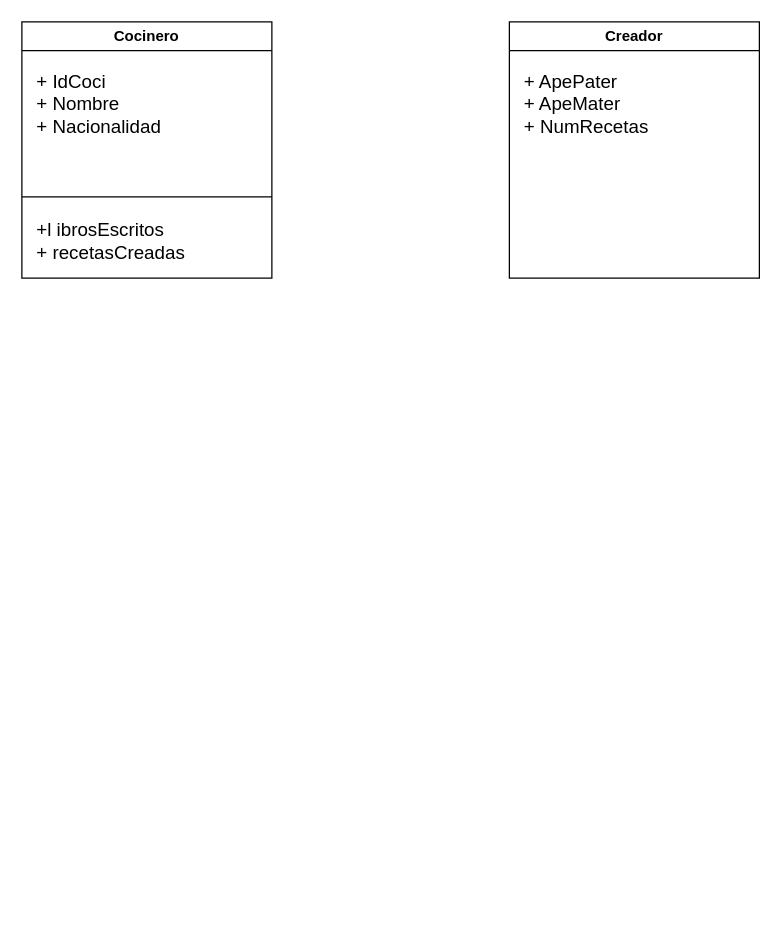
Before: Diagrama sin título.drawio in CristianCenxd/DiagramaUMLACT6, a draw.io diagram. Source tidied: cells renumbered, new cells numbered last; positions are measured from the earlier drawing's top-left corner, leaving out a move shared by most shapes. Both pictures are drawn from the tidied source at 125%, with x=0, y=0 at pixel (21, 21).
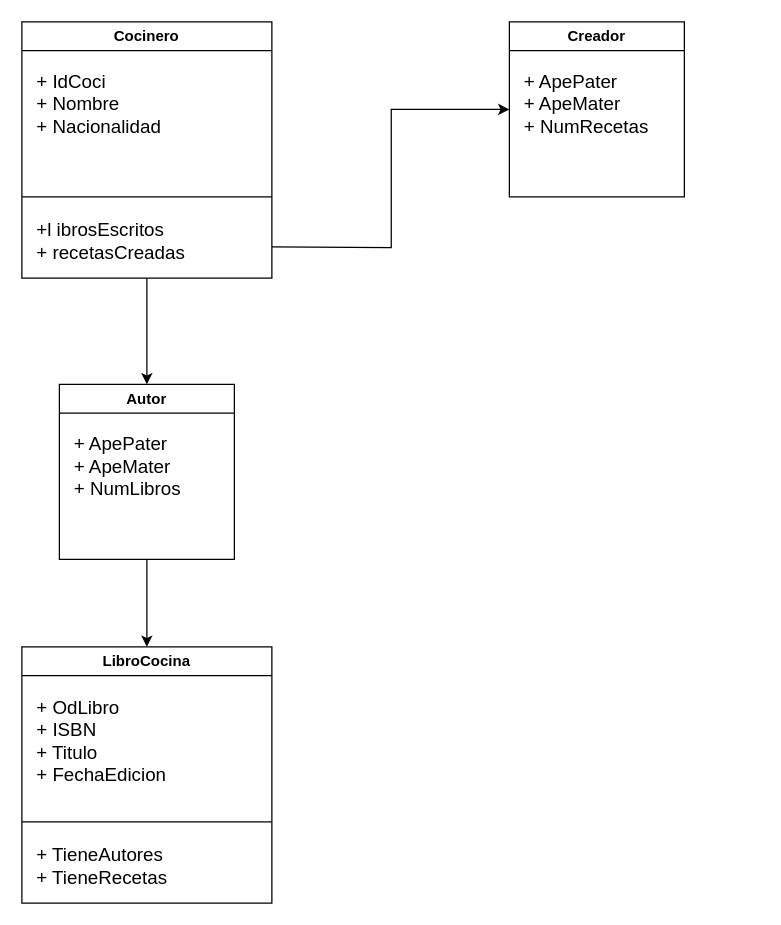
The same diagram, later.

The edit, as a diff of the source:
```diff
@@
 <mxGraphModel>
   <root>
     <mxCell id="0" />
     <mxCell id="1" parent="0" />
+    <mxCell id="8" style="edgeStyle=orthogonalEdgeStyle;rounded=0;jettySize=auto;html=1;entryX=0;entryY=0.5;entryDx=0;entryDy=0;" parent="1" edge="1" target="6">
+      <mxGeometry relative="1" as="geometry">
+        <mxPoint x="200" y="180" as="sourcePoint" />
+      </mxGeometry>
+    </mxCell>
+    <mxCell id="9" style="edgeStyle=orthogonalEdgeStyle;rounded=0;jettySize=auto;html=1;exitX=0.5;exitY=1;exitDx=0;exitDy=0;entryX=0.5;entryY=0;entryDx=0;entryDy=0;" parent="1" edge="1" source="2" target="11">
+      <mxGeometry relative="1" as="geometry" />
+    </mxCell>
     <mxCell id="2" value="Cocinero" style="swimlane;whiteSpace=wrap;html=1;" parent="1" vertex="1">
       <mxGeometry width="200" height="205" as="geometry" />
     </mxCell>
     <mxCell id="3" style="endArrow=none;html=1;rounded=0;" parent="2" edge="1">
       <mxGeometry relative="1" as="geometry">
         <mxPoint y="140" as="sourcePoint" />
         <mxPoint x="200" y="140" as="targetPoint" />
       </mxGeometry>
     </mxCell>
     <mxCell id="4" value="+ IdCoci&lt;div&gt;+ Nombre&lt;/div&gt;&lt;div&gt;+ Nacionalidad&lt;/div&gt;" style="text;html=1;align=left;verticalAlign=middle;strokeColor=none;fillColor=none;fontSize=15;" parent="2" vertex="1">
       <mxGeometry x="10" y="30" width="120" height="70" as="geometry" />
     </mxCell>
     <mxCell id="5" value="+l ibrosEscritos&lt;div&gt;+ recetasCreadas&lt;/div&gt;" style="text;html=1;align=left;verticalAlign=middle;strokeColor=none;fillColor=none;fontSize=15;" parent="2" vertex="1">
       <mxGeometry x="10" y="150" width="140" height="50" as="geometry" />
     </mxCell>
     <mxCell id="6" value="Creador" style="swimlane;whiteSpace=wrap;html=1;" parent="1" vertex="1">
-      <mxGeometry x="390" width="200" height="205" as="geometry" />
+      <mxGeometry x="390" width="140" height="140" as="geometry" />
     </mxCell>
     <mxCell id="7" value="+ ApePater&lt;div&gt;+ ApeMater&lt;/div&gt;&lt;div&gt;+ NumRecetas&lt;/div&gt;" style="text;html=1;align=left;verticalAlign=middle;strokeColor=none;fillColor=none;fontSize=15;" parent="6" vertex="1">
       <mxGeometry x="10" y="30" width="120" height="70" as="geometry" />
     </mxCell>
+    <mxCell id="10" style="edgeStyle=orthogonalEdgeStyle;rounded=0;jettySize=auto;html=1;exitX=0.5;exitY=1;exitDx=0;exitDy=0;entryX=0.5;entryY=0;entryDx=0;entryDy=0;" parent="1" edge="1" source="11" target="13">
+      <mxGeometry relative="1" as="geometry" />
+    </mxCell>
+    <mxCell id="11" value="Autor" style="swimlane;whiteSpace=wrap;html=1;" parent="1" vertex="1">
+      <mxGeometry x="30" y="290" width="140" height="140" as="geometry" />
+    </mxCell>
+    <mxCell id="12" value="+ ApePater&lt;div&gt;+ ApeMater&lt;/div&gt;&lt;div&gt;+ NumLibros&lt;/div&gt;" style="text;html=1;align=left;verticalAlign=middle;strokeColor=none;fillColor=none;fontSize=15;" parent="11" vertex="1">
+      <mxGeometry x="10" y="30" width="110" height="70" as="geometry" />
+    </mxCell>
+    <mxCell id="13" value="LibroCocina" style="swimlane;whiteSpace=wrap;html=1;" parent="1" vertex="1">
+      <mxGeometry y="500" width="200" height="205" as="geometry" />
+    </mxCell>
+    <mxCell id="14" style="endArrow=none;html=1;rounded=0;" parent="13" edge="1">
+      <mxGeometry relative="1" as="geometry">
+        <mxPoint y="140" as="sourcePoint" />
+        <mxPoint x="200" y="140" as="targetPoint" />
+      </mxGeometry>
+    </mxCell>
+    <mxCell id="15" value="+ OdLibro&lt;div&gt;+ ISBN&lt;/div&gt;&lt;div&gt;+ Titulo&lt;/div&gt;&lt;div&gt;+ FechaEdicion&lt;/div&gt;" style="text;html=1;align=left;verticalAlign=middle;strokeColor=none;fillColor=none;fontSize=15;" parent="13" vertex="1">
+      <mxGeometry x="10" y="30" width="130" height="90" as="geometry" />
+    </mxCell>
+    <mxCell id="16" value="+ TieneAutores&lt;div&gt;+ TieneRecetas&lt;/div&gt;" style="text;html=1;align=left;verticalAlign=middle;strokeColor=none;fillColor=none;fontSize=15;" parent="13" vertex="1">
+      <mxGeometry x="10" y="150" width="130" height="50" as="geometry" />
+    </mxCell>
   </root>
 </mxGraphModel>
```
